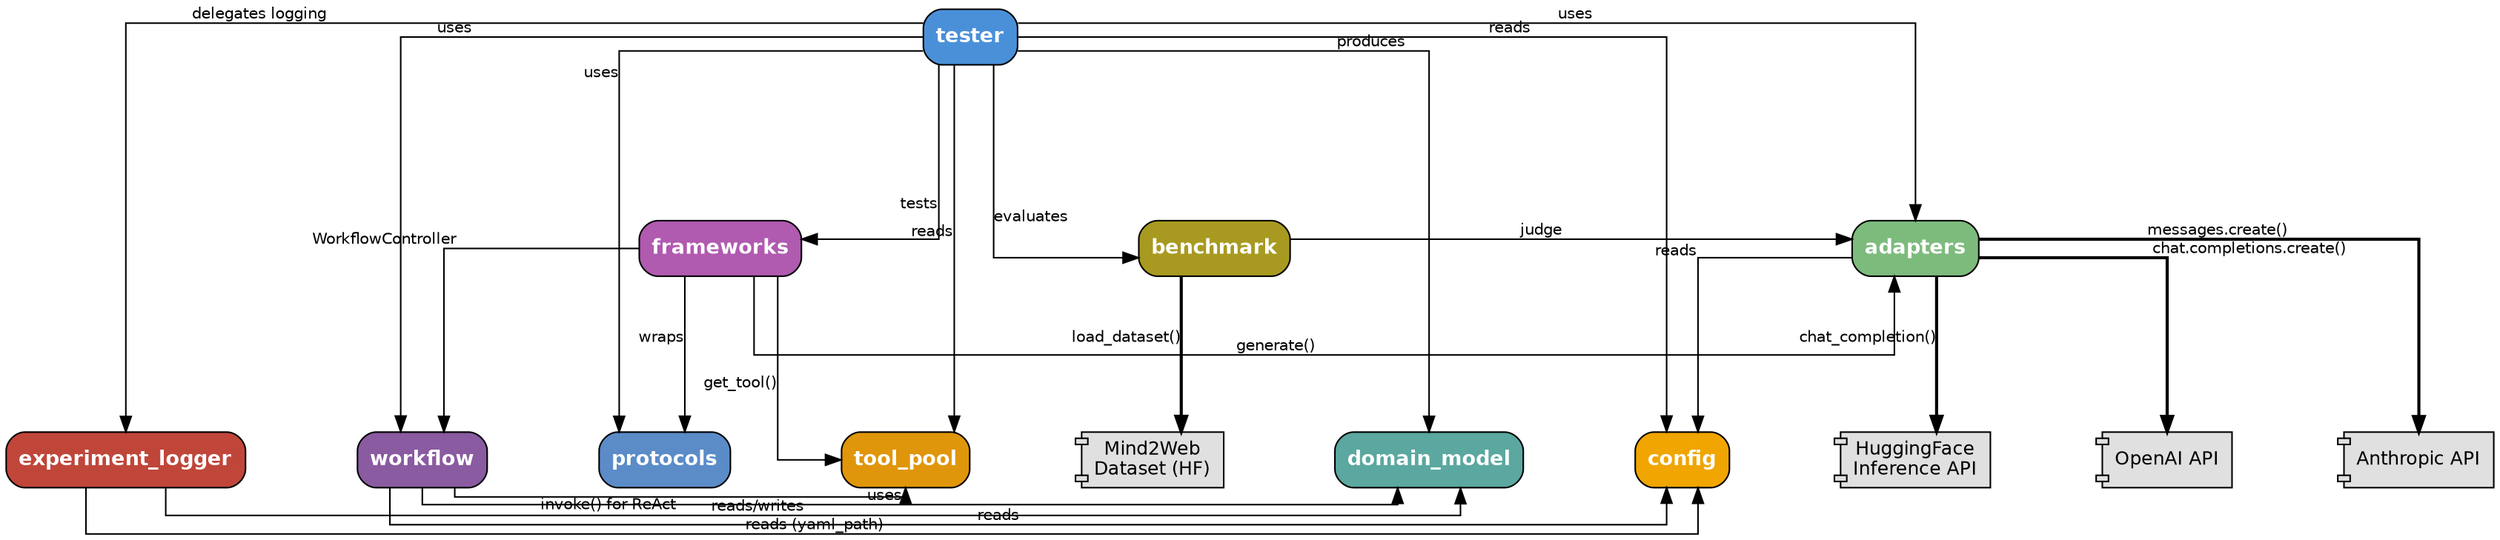
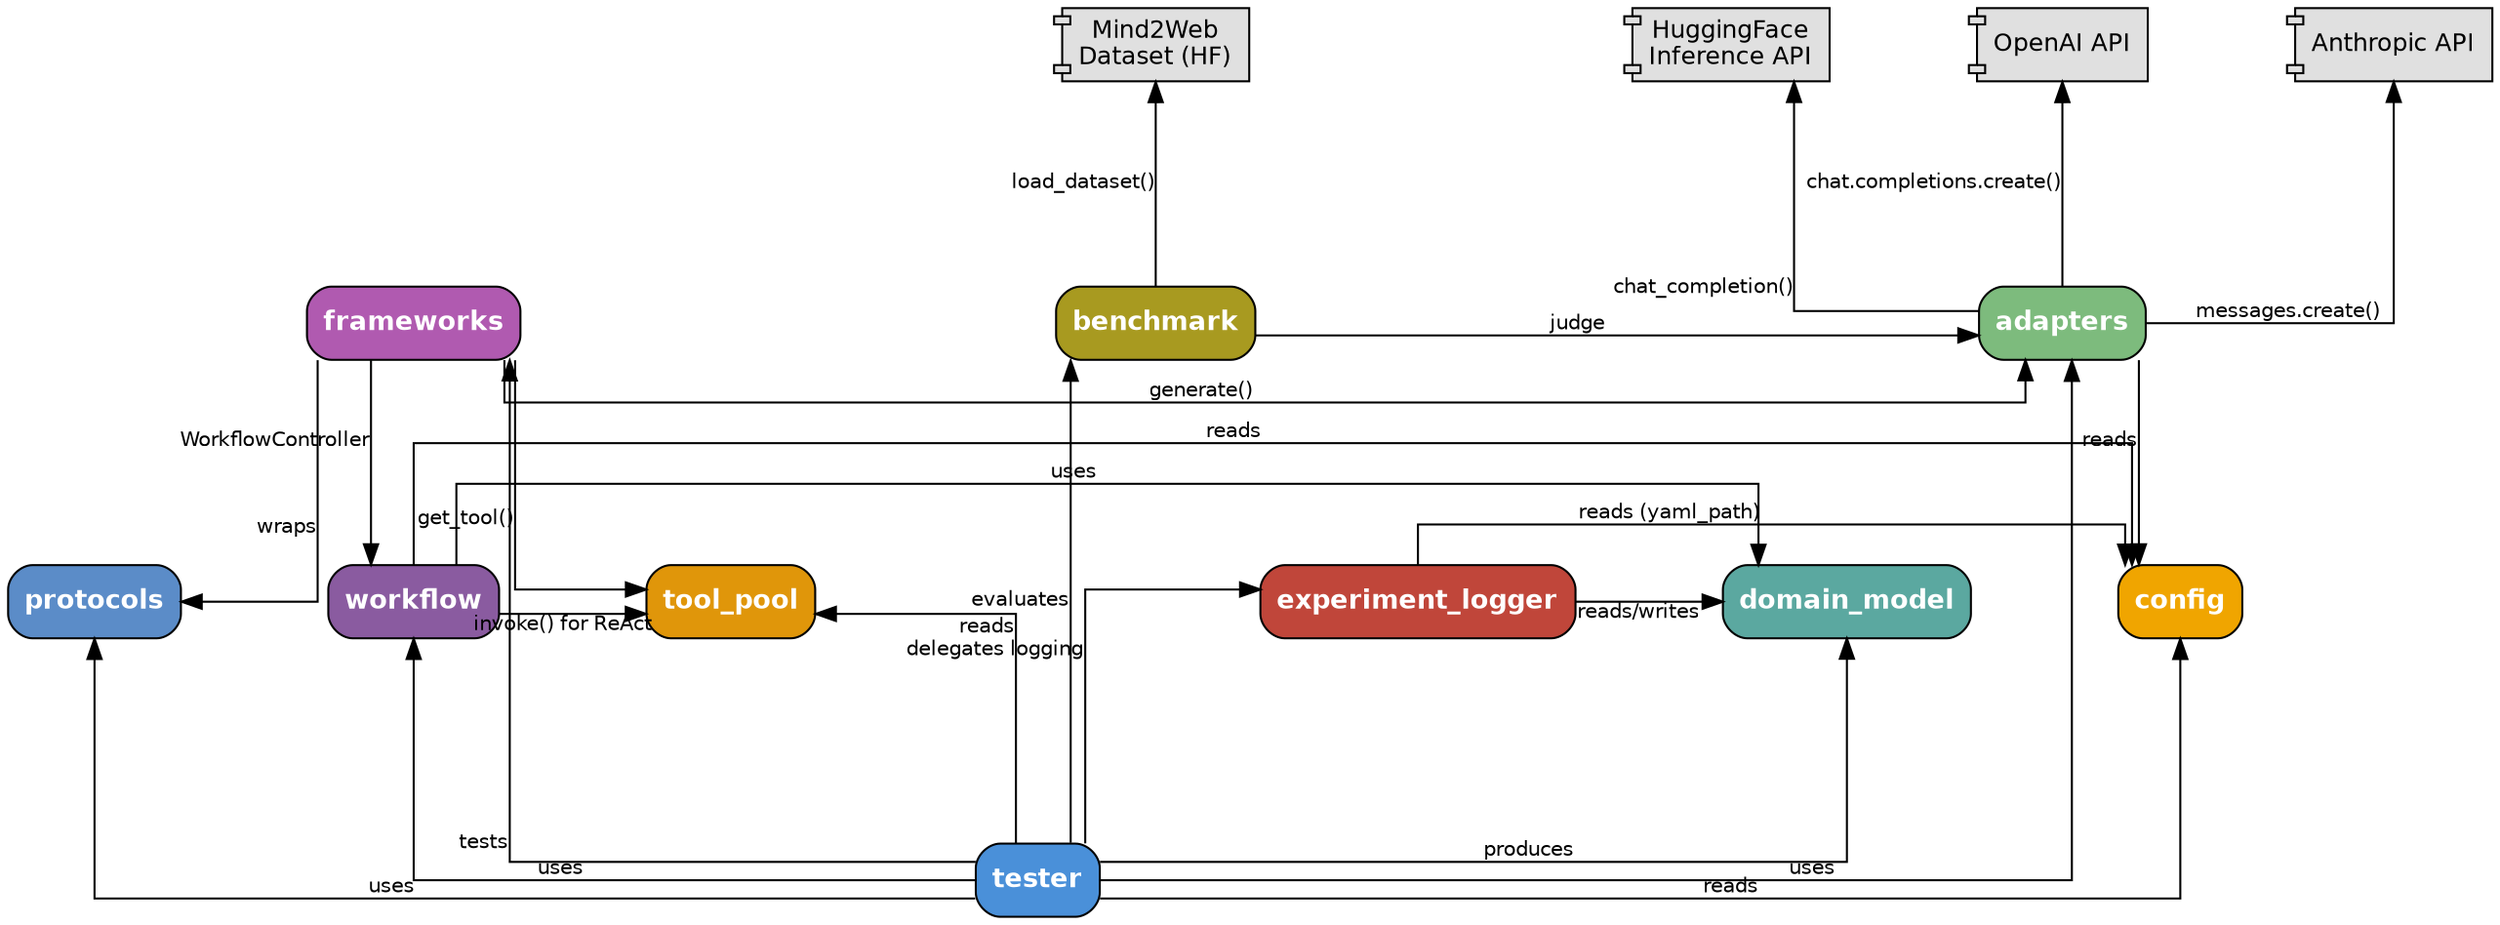
digraph MASTIF_Packages {
graph [
    splines=ortho,
    nodesep=1.0,
    ranksep=1.4,
    fontname="Helvetica",
    label="",
    labelloc="t",
    labeljust="c",
    fontsize=18
];
rankdir=TB;
node [fontname="Helvetica", fontsize=12];
edge [fontname="Helvetica", fontsize=10];

// ─────────────────────────────────────────────
// Rank: External APIs (bottom)
// ─────────────────────────────────────────────

- { rank=max;
+ { rank=min;
    HuggingFaceAPI;
    OpenAIAPI;
    AnthropicAPI;
    Mind2WebDataset;
}

HuggingFaceAPI [
    shape=component,
    style="filled",
    fillcolor="#e0e0e0",
    label="HuggingFace\nInference API"
];

OpenAIAPI [
    shape=component,
    style="filled",
    fillcolor="#e0e0e0",
    label="OpenAI API"
];

AnthropicAPI [
    shape=component,
    style="filled",
    fillcolor="#e0e0e0",
    label="Anthropic API"
];

Mind2WebDataset [
    shape=component,
    style="filled",
    fillcolor="#e0e0e0",
    label="Mind2Web\nDataset (HF)"
];

// ─────────────────────────────────────────────
// Rank: Orchestrator (top)
// ─────────────────────────────────────────────

- { rank=min;
+ { rank=max;
    tester;
}

tester [
    shape=box,
    style="filled,rounded",
    fillcolor="#4a90d9",
    fontcolor=white,
    fontname="Helvetica-Bold",
    fontsize=13,
    label="tester"
];

// ─────────────────────────────────────────────
// Rank: Core infrastructure (second row)
// ─────────────────────────────────────────────

{ rank=same;
    config;
    domain_model;
    protocols;
    tool_pool;
    workflow;
    experiment_logger;
}

config [
    shape=box,
    style="filled,rounded",
    fillcolor="#f0a500",
    fontcolor=white,
    fontname="Helvetica-Bold",
    fontsize=13,
    label="config"
];

domain_model [
    shape=box,
    style="filled,rounded",
    fillcolor="#5ba8a0",
    fontcolor=white,
    fontname="Helvetica-Bold",
    fontsize=13,
    label="domain_model"
];

protocols [
    shape=box,
    style="filled,rounded",
    fillcolor="#5b8cc8",
    fontcolor=white,
    fontname="Helvetica-Bold",
    fontsize=13,
    label="protocols"
];

tool_pool [
    shape=box,
    style="filled,rounded",
    fillcolor="#e0960a",
    fontcolor=white,
    fontname="Helvetica-Bold",
    fontsize=13,
    label="tool_pool"
];

workflow [
    shape=box,
    style="filled,rounded",
    fillcolor="#8a5ba0",
    fontcolor=white,
    fontname="Helvetica-Bold",
    fontsize=13,
    label="workflow"
];

experiment_logger [
    shape=box,
    style="filled,rounded",
    fillcolor="#c0463a",
    fontcolor=white,
    fontname="Helvetica-Bold",
    fontsize=13,
    label="experiment_logger"
];

// ─────────────────────────────────────────────
// Rank: Execution layer (third row)
// ─────────────────────────────────────────────

{ rank=same;
    adapters;
    frameworks;
    benchmark;
}

adapters [
    shape=box,
    style="filled,rounded",
    fillcolor="#7dbb7d",
    fontcolor=white,
    fontname="Helvetica-Bold",
    fontsize=13,
    label="adapters"
];

frameworks [
    shape=box,
    style="filled,rounded",
    fillcolor="#b05ab0",
    fontcolor=white,
    fontname="Helvetica-Bold",
    fontsize=13,
    label="frameworks"
];

benchmark [
    shape=box,
    style="filled,rounded",
    fillcolor="#a89a20",
    fontcolor=white,
    fontname="Helvetica-Bold",
    fontsize=13,
    label="benchmark"
];

// ─────────────────────────────────────────────
// Relationships
// ─────────────────────────────────────────────

tester -> adapters          [xlabel="uses"];
tester -> protocols         [xlabel="uses"];
tester -> frameworks        [xlabel="tests"];
tester -> benchmark         [xlabel="evaluates"];
tester -> tool_pool         [xlabel="reads"];
tester -> domain_model      [xlabel="produces"];
tester -> config            [xlabel="reads"];
tester -> workflow          [xlabel="uses"];
tester -> experiment_logger [xlabel="delegates logging"];

- adapters -> HuggingFaceAPI [xlabel="chat_completion()", style=bold];
- adapters -> OpenAIAPI      [xlabel="chat.completions.create()", style=bold];
- adapters -> AnthropicAPI   [xlabel="messages.create()", style=bold];
+ adapters -> HuggingFaceAPI [xlabel="chat_completion()"];
+ adapters -> OpenAIAPI      [xlabel="chat.completions.create()"];
+ adapters -> AnthropicAPI   [xlabel="messages.create()"];
adapters -> config         [xlabel="reads"];

frameworks -> adapters  [xlabel="generate()"];
frameworks -> tool_pool [xlabel="get_tool()"];
frameworks -> protocols [xlabel="wraps"];
frameworks -> workflow  [xlabel="WorkflowController"];

workflow -> config     [xlabel="reads"];
workflow -> tool_pool  [xlabel="invoke() for ReAct"];
workflow -> domain_model [xlabel="uses"];

experiment_logger -> domain_model [xlabel="reads/writes"];
experiment_logger -> config       [xlabel="reads (yaml_path)"];

- benchmark -> Mind2WebDataset [xlabel="load_dataset()", style=bold];
+ benchmark -> Mind2WebDataset [xlabel="load_dataset()"];
benchmark -> adapters        [xlabel="judge"];

}
